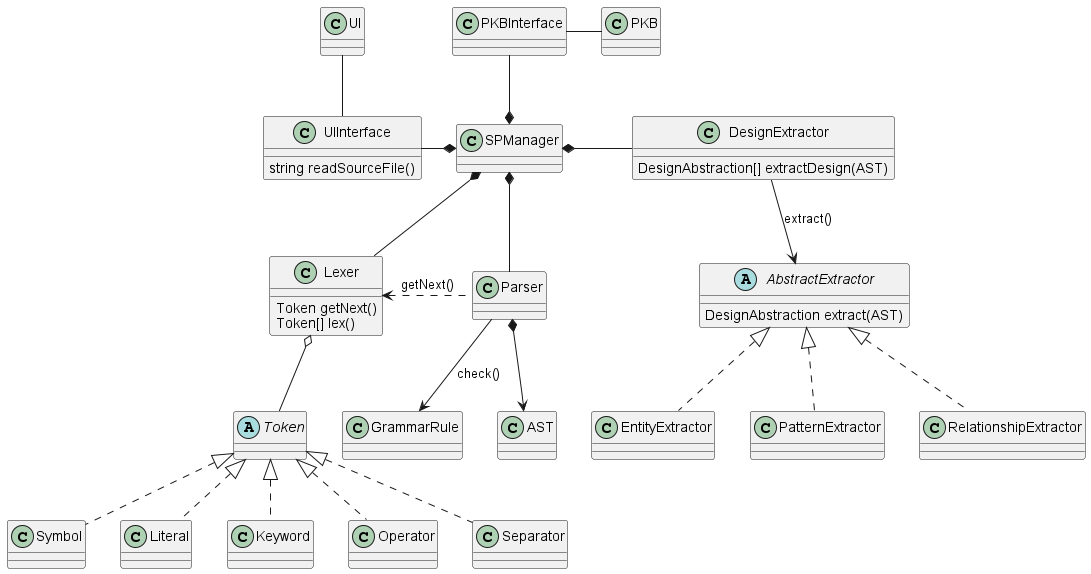
Above: docs/images/SPClassDiagram.png in mazx4960/static-analyzer (PlantUML), before the change.
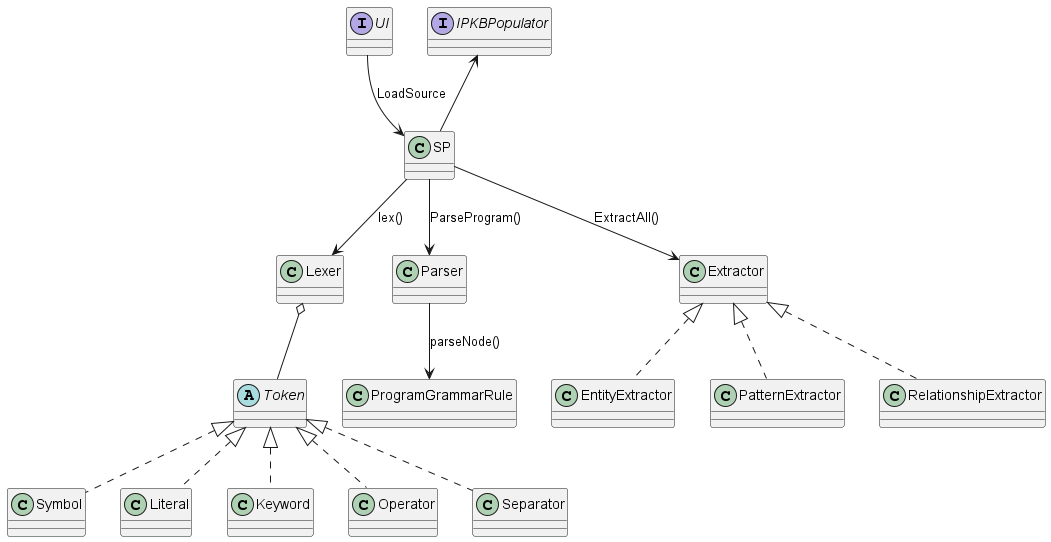
The same diagram one commit later.

Commit message:
feat: update SP class diagrams

The edit, as a diff of the source:
```diff
@@ -1,69 +1,34 @@
 @startuml
 
-class SPManager
-class UI
-class PKB
+interface UI
+interface IPKBPopulator
 
-class UIInterface {
-    string readSourceFile()
-}
-
-class Lexer {
-    Token getNext()
-    Token[] lex()
-}
-
-abstract class Token {
-}
-class Symbol
-class Literal
-class Keyword
-class Operator
-class Separator
-
-class Parser
-class GrammarRule
-
-class AST
-
-class DesignExtractor {
-    DesignAbstraction[] extractDesign(AST)
-}
-abstract class AbstractExtractor {
-    DesignAbstraction extract(AST)
-}
-class EntityExtractor {
-}
-class PatternExtractor {
-}
-class RelationshipExtractor {
-}
-
-class PKBInterface
-
-SPManager *-left- UIInterface
-SPManager *-up- PKBInterface
-SPManager *-down- Lexer
-SPManager *-down- Parser
-SPManager *-right- DesignExtractor
-PKBInterface -right- PKB
-UIInterface -up- UI
-
+class SP
+class Lexer
+abstract class Token
 Token <|.. Symbol
 Token <|.. Literal
 Token <|.. Keyword
 Token <|.. Operator
 Token <|.. Separator
 
+class Parser
+class EntityExtractor
+class PatternExtractor
+class RelationshipExtractor
+
+SP -up-> IPKBPopulator
+SP <-up- UI: LoadSource
+
+SP -down-> Lexer: lex()
+SP -down-> Parser: ParseProgram()
+SP -down-> Extractor: ExtractAll()
+
 Lexer o-- Token
-Parser .left.> Lexer: getNext()
-Parser -down-> GrammarRule : check()
-Parser *-down-> AST
+Parser -down-> ProgramGrammarRule: parseNode()
 
-AbstractExtractor <|.. EntityExtractor
-AbstractExtractor <|.. PatternExtractor
-AbstractExtractor <|.. RelationshipExtractor
-
-DesignExtractor --> AbstractExtractor : extract()
+Extractor <|.. EntityExtractor
+Extractor <|.. PatternExtractor
+Extractor <|.. RelationshipExtractor
 
 @enduml
```
